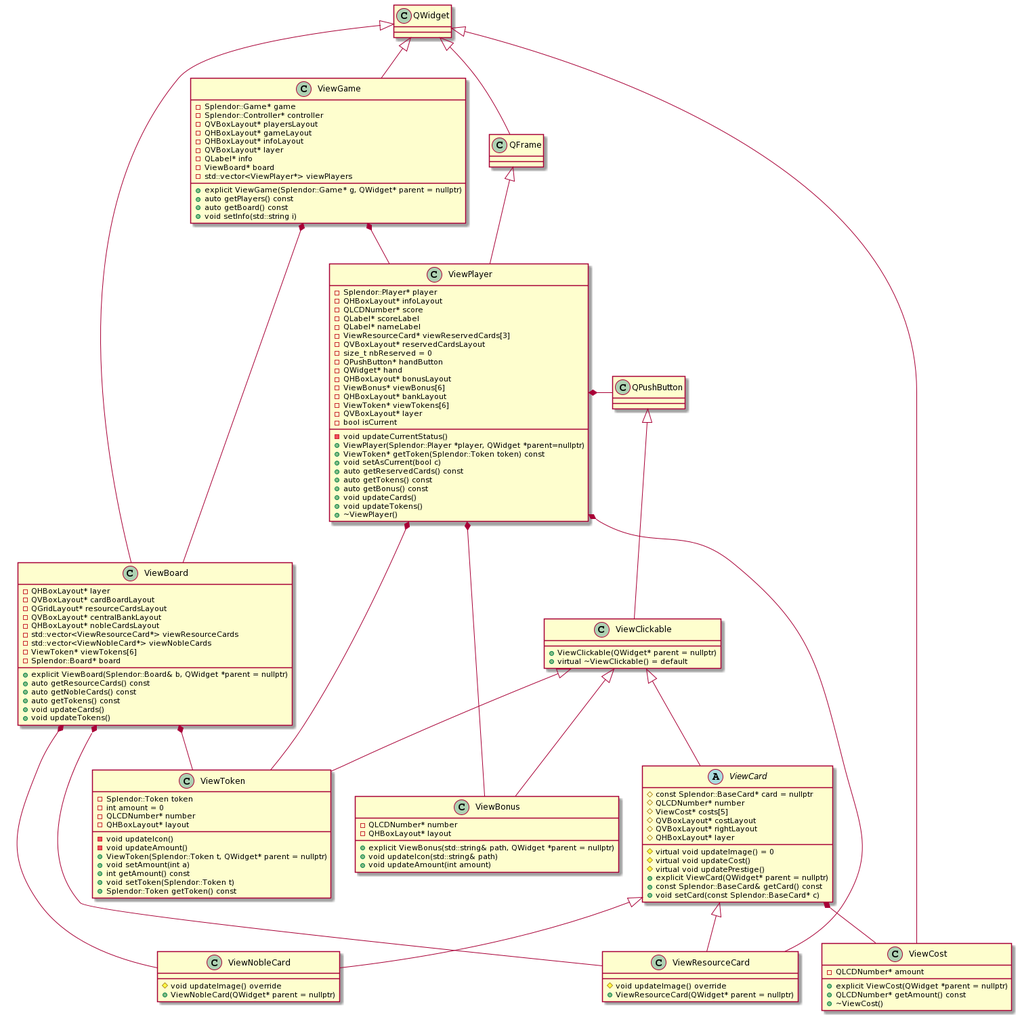
This is UML.png from LeCodex/LO21-Splendor, a PlantUML export, as it was before one commit.
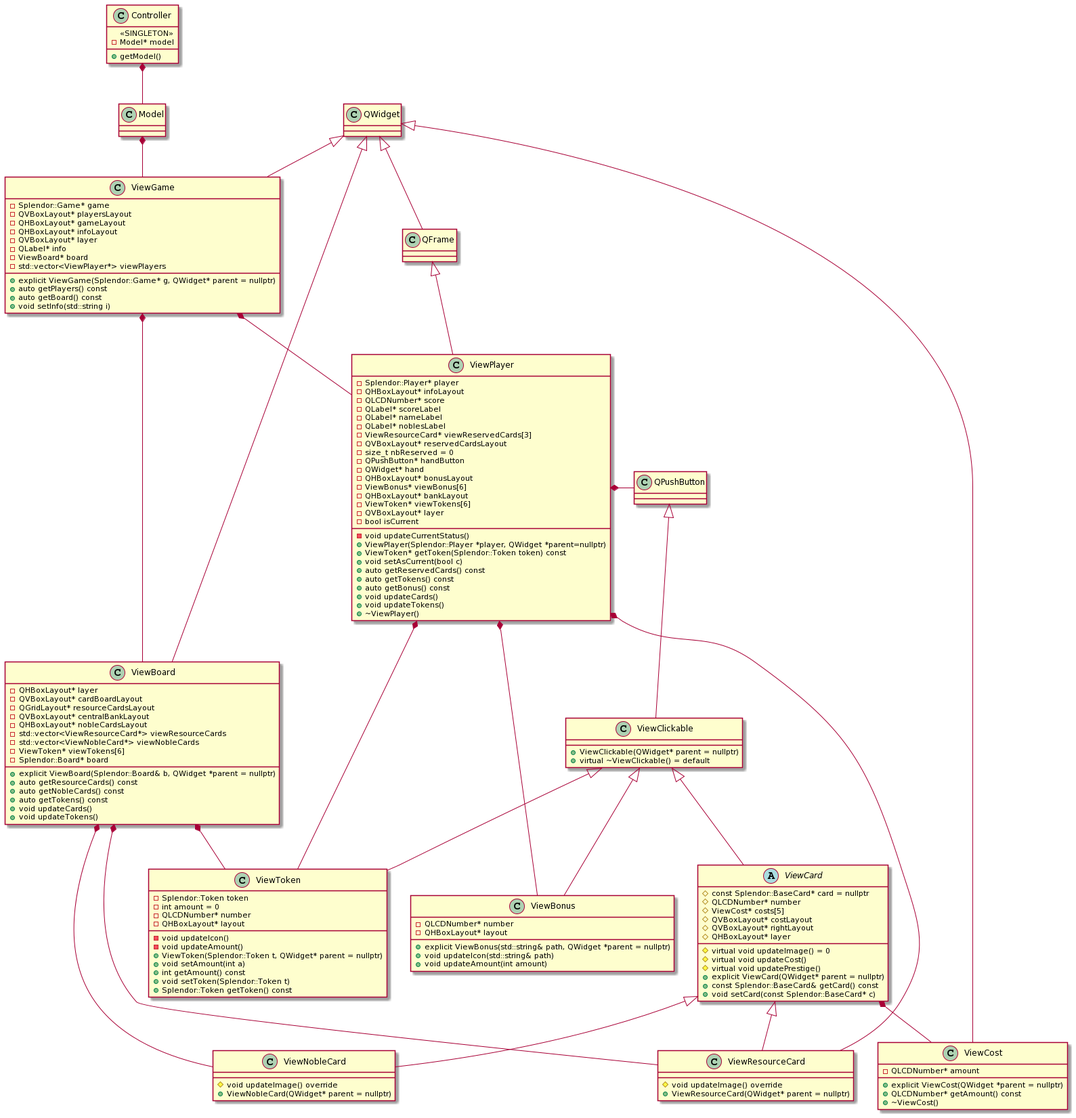
After the change.

Commit message:
Updated UML to add Controller and Model

The edit, as a diff of the source:
```diff
@@ -9,6 +9,7 @@
 -QLCDNumber* score
 -QLabel* scoreLabel
 -QLabel* nameLabel
+-QLabel* noblesLabel
 -ViewResourceCard* viewReservedCards[3]
 -QVBoxLayout* reservedCardsLayout
 -size_t nbReserved = 0
@@ -111,7 +112,6 @@
 
 class ViewGame {
 -Splendor::Game* game
--Splendor::Controller* controller
 -QVBoxLayout* playersLayout
 -QHBoxLayout* gameLayout
 -QHBoxLayout* infoLayout
@@ -123,6 +123,16 @@
 +auto getPlayers() const
 +auto getBoard() const
 +void setInfo(std::string i)
+}
+
+class Controller {
+<<SINGLETON>>
+-Model* model
++getModel()
+}
+
+class Model {
+
 }
 
 ViewGame *-- ViewBoard
@@ -146,4 +156,6 @@
 ViewClickable <|-- ViewToken
 QPushButton <|-- ViewClickable
 QFrame <|-- ViewPlayer
+Controller *-- Model
+Model *-- ViewGame
 @enduml
```
